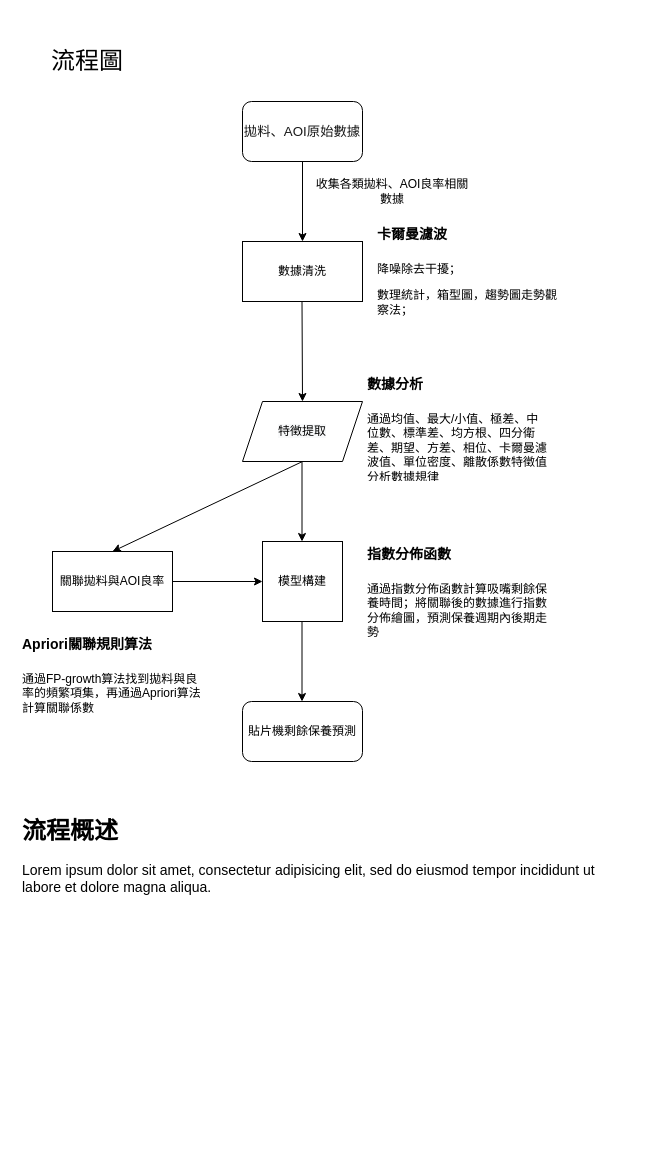
This is Untitled Diagram.drawio from pioneer145790/manual-location, a draw.io file, before an edit. Source tidied: cells renumbered, new cells numbered last; positions are measured from the earlier drawing's top-left corner, leaving out a move shared by most shapes. Both pictures are drawn from the tidied source at 100%, with x=0, y=0 at pixel (17, 51).
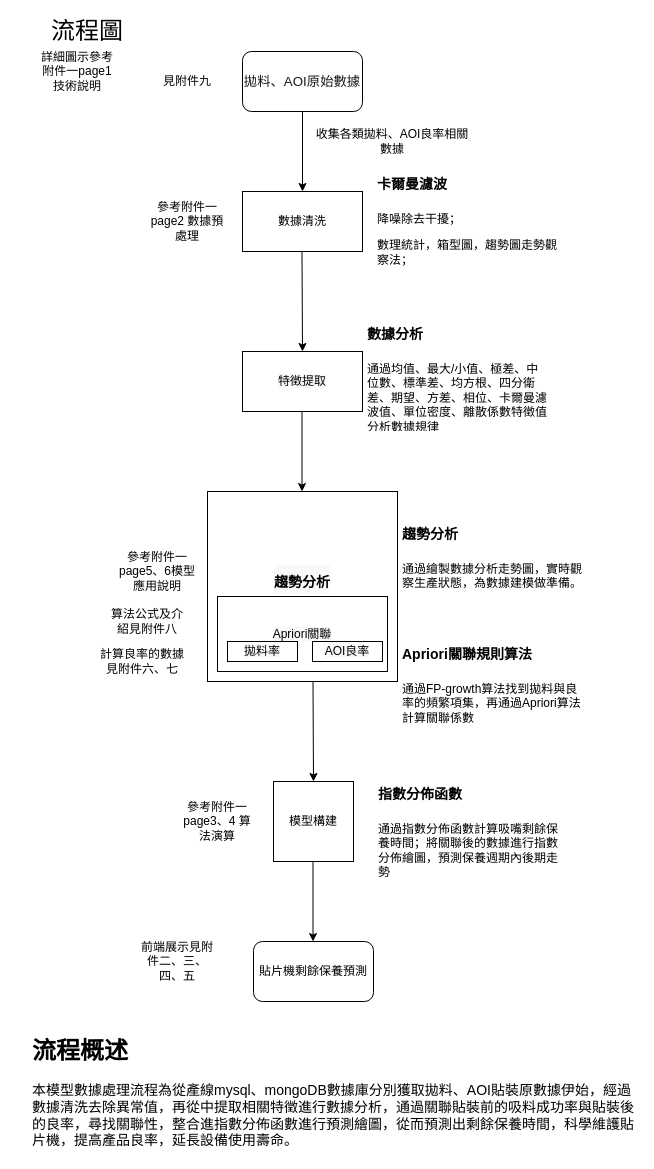
After the change.

The edit, as a diff of the source:
```diff
@@
     <mxCell id="2" style="endArrow=classic;html=1;exitX=0.5;exitY=1;exitDx=0;exitDy=0;" parent="1" edge="1">
       <mxGeometry relative="1" as="geometry">
-        <mxPoint x="285" y="110" as="sourcePoint" />
-        <mxPoint x="285" y="190" as="targetPoint" />
+        <mxPoint x="285" y="60" as="sourcePoint" />
+        <mxPoint x="285" y="140" as="targetPoint" />
       </mxGeometry>
     </mxCell>
     <mxCell id="3" value="&lt;span style=&quot;color: rgb(25 , 25 , 25) ; font-size: 13.3333px&quot;&gt;拋料、AOI原始數據&lt;/span&gt;" style="rounded=1;whiteSpace=wrap;html=1;" parent="1" vertex="1">
-      <mxGeometry x="225" y="50" width="120" height="60" as="geometry" />
+      <mxGeometry x="225" width="120" height="60" as="geometry" />
     </mxCell>
     <mxCell id="4" value="數據清洗" style="rounded=0;whiteSpace=wrap;html=1;" parent="1" vertex="1">
-      <mxGeometry x="225" y="190" width="120" height="60" as="geometry" />
+      <mxGeometry x="225" y="140" width="120" height="60" as="geometry" />
     </mxCell>
     <mxCell id="5" value="&lt;h1&gt;&lt;font style=&quot;font-size: 14px&quot;&gt;卡爾曼濾波&lt;/font&gt;&lt;/h1&gt;&lt;p&gt;降噪除去干擾；&lt;/p&gt;&lt;p&gt;數理統計，箱型圖，趨勢圖走勢觀察法；&lt;br&gt;&lt;/p&gt;" style="text;html=1;strokeColor=none;fillColor=none;spacing=5;spacingTop=-20;whiteSpace=wrap;overflow=hidden;rounded=0;" parent="1" vertex="1">
-      <mxGeometry x="355" y="160" width="190" height="120" as="geometry" />
+      <mxGeometry x="355" y="110" width="190" height="120" as="geometry" />
     </mxCell>
     <mxCell id="6" value="收集各類拋料、AOI良率相關數據" style="text;html=1;strokeColor=none;fillColor=none;align=center;verticalAlign=middle;whiteSpace=wrap;rounded=0;" parent="1" vertex="1">
-      <mxGeometry x="295" y="130" width="160" height="20" as="geometry" />
+      <mxGeometry x="295" y="80" width="160" height="20" as="geometry" />
     </mxCell>
-    <mxCell id="7" style="endArrow=classic;html=1;exitX=0.5;exitY=1;exitDx=0;exitDy=0;entryX=0.5;entryY=0;entryDx=0;entryDy=0;" parent="1" edge="1" target="18">
+    <mxCell id="7" style="endArrow=classic;html=1;exitX=0.5;exitY=1;exitDx=0;exitDy=0;entryX=0.5;entryY=0;entryDx=0;entryDy=0;" parent="1" edge="1">
       <mxGeometry relative="1" as="geometry">
-        <mxPoint x="284.5" y="250" as="sourcePoint" />
+        <mxPoint x="284.5" y="200" as="sourcePoint" />
+        <mxPoint x="285" y="300" as="targetPoint" />
       </mxGeometry>
     </mxCell>
     <mxCell id="8" style="endArrow=classic;html=1;exitX=0.5;exitY=1;exitDx=0;exitDy=0;" parent="1" edge="1">
       <mxGeometry relative="1" as="geometry">
-        <mxPoint x="284.5" y="410" as="sourcePoint" />
-        <mxPoint x="284.5" y="490" as="targetPoint" />
+        <mxPoint x="284.5" y="360" as="sourcePoint" />
+        <mxPoint x="284.5" y="440" as="targetPoint" />
       </mxGeometry>
     </mxCell>
     <mxCell id="9" value="模型構建" style="whiteSpace=wrap;html=1;" parent="1" vertex="1">
-      <mxGeometry x="245" y="490" width="80" height="80" as="geometry" />
+      <mxGeometry x="256" y="730" width="80" height="80" as="geometry" />
     </mxCell>
     <mxCell id="10" style="endArrow=classic;html=1;exitX=0.5;exitY=1;exitDx=0;exitDy=0;" parent="1" edge="1">
       <mxGeometry relative="1" as="geometry">
-        <mxPoint x="284.5" y="570" as="sourcePoint" />
-        <mxPoint x="284.5" y="650" as="targetPoint" />
+        <mxPoint x="295.5" y="810" as="sourcePoint" />
+        <mxPoint x="295.5" y="890" as="targetPoint" />
       </mxGeometry>
     </mxCell>
     <mxCell id="11" value="貼片機剩餘保養預測" style="rounded=1;whiteSpace=wrap;html=1;" parent="1" vertex="1">
-      <mxGeometry x="225" y="650" width="120" height="60" as="geometry" />
+      <mxGeometry x="236" y="890" width="120" height="60" as="geometry" />
     </mxCell>
     <mxCell id="12" value="&lt;h1&gt;&lt;font style=&quot;font-size: 14px&quot;&gt;數據分析&lt;/font&gt;&lt;/h1&gt;&lt;p&gt;通過均值、最大/小值、極差、中位數、標準差、均方根、四分衛差、期望、方差、相位、卡爾曼濾波值、單位密度、離散係數特徵值分析數據規律&lt;/p&gt;" style="text;html=1;strokeColor=none;fillColor=none;spacing=5;spacingTop=-20;whiteSpace=wrap;overflow=hidden;rounded=0;" parent="1" vertex="1">
-      <mxGeometry x="345" y="310" width="190" height="120" as="geometry" />
+      <mxGeometry x="345" y="260" width="190" height="120" as="geometry" />
     </mxCell>
-    <mxCell id="13" style="endArrow=classic;html=1;" parent="1" edge="1">
-      <mxGeometry relative="1" as="geometry">
-        <mxPoint x="285" y="410" as="sourcePoint" />
-        <mxPoint x="95" y="500" as="targetPoint" />
-      </mxGeometry>
-    </mxCell>
-    <mxCell id="14" value="關聯拋料與AOI良率" style="rounded=0;whiteSpace=wrap;html=1;" parent="1" vertex="1">
-      <mxGeometry x="35" y="500" width="120" height="60" as="geometry" />
-    </mxCell>
-    <mxCell id="15" style="endArrow=classic;html=1;exitX=1;exitY=0.5;exitDx=0;exitDy=0;entryX=0;entryY=0.5;entryDx=0;entryDy=0;" parent="1" edge="1" source="14" target="9">
-      <mxGeometry relative="1" as="geometry" />
-    </mxCell>
     <mxCell id="16" value="&lt;h1&gt;&lt;font style=&quot;font-size: 14px&quot;&gt;Apriori關聯規則算法&lt;/font&gt;&lt;/h1&gt;&lt;p&gt;通過FP-growth算法找到拋料與良率的頻繁項集，再通過Apriori算法計算關聯係數&lt;/p&gt;" style="text;html=1;strokeColor=none;fillColor=none;spacing=5;spacingTop=-20;whiteSpace=wrap;overflow=hidden;rounded=0;" parent="1" vertex="1">
-      <mxGeometry y="570" width="190" height="120" as="geometry" />
+      <mxGeometry x="380" y="580" width="190" height="120" as="geometry" />
     </mxCell>
     <mxCell id="17" value="&lt;h1&gt;&lt;span style=&quot;font-size: 14px&quot;&gt;指數分佈函數&lt;/span&gt;&lt;/h1&gt;&lt;p&gt;通過指數分佈函數計算吸嘴剩餘保養時間；將關聯後的數據進行指數分佈繪圖，預測保養週期內後期走勢&lt;/p&gt;" style="text;html=1;strokeColor=none;fillColor=none;spacing=5;spacingTop=-20;whiteSpace=wrap;overflow=hidden;rounded=0;" parent="1" vertex="1">
-      <mxGeometry x="345" y="480" width="190" height="120" as="geometry" />
+      <mxGeometry x="356" y="720" width="190" height="120" as="geometry" />
     </mxCell>
-    <mxCell id="18" value="&lt;span style=&quot;color: rgb(0, 0, 0); font-family: helvetica; font-size: 12px; font-style: normal; font-weight: 400; letter-spacing: normal; text-align: center; text-indent: 0px; text-transform: none; word-spacing: 0px; background-color: rgb(248, 249, 250); display: inline; float: none;&quot;&gt;特徵提取&lt;/span&gt;" style="shape=parallelogram;perimeter=parallelogramPerimeter;whiteSpace=wrap;html=1;fixedSize=1;" parent="1" vertex="1">
-      <mxGeometry x="225" y="350" width="120" height="60" as="geometry" />
-    </mxCell>
-    <mxCell id="19" value="&lt;h1&gt;流程概述&lt;/h1&gt;&lt;p&gt;&lt;font style=&quot;font-size: 14px&quot;&gt;Lorem ipsum dolor sit amet, consectetur adipisicing elit, sed do eiusmod tempor incididunt ut labore et dolore magna aliqua.&lt;/font&gt;&lt;/p&gt;" style="text;html=1;strokeColor=none;fillColor=none;spacing=5;spacingTop=-20;whiteSpace=wrap;overflow=hidden;rounded=0;" parent="1" vertex="1">
-      <mxGeometry y="760" width="610" height="170" as="geometry" />
+    <mxCell id="19" value="&lt;h1&gt;流程概述&lt;/h1&gt;&lt;p&gt;&lt;span style=&quot;font-size: 14px&quot;&gt;本模型數據處理流程為從產線mysql、mongoDB數據庫分別獲取拋料、AOI貼裝原數據伊始，經過數據清洗去除異常值，再從中提取相關特徵進行數據分析，通過關聯貼裝前的吸料成功率與貼裝後的良率，尋找關聯性，整合進指數分佈函數進行預測繪圖，從而預測出剩餘保養時間，科學維護貼片機，提高產品良率，延長設備使用壽命。&lt;/span&gt;&lt;/p&gt;" style="text;html=1;strokeColor=none;fillColor=none;spacing=5;spacingTop=-20;whiteSpace=wrap;overflow=hidden;rounded=0;" parent="1" vertex="1">
+      <mxGeometry x="10" y="980" width="610" height="120" as="geometry" />
     </mxCell>
     <mxCell id="20" value="&lt;font style=&quot;font-size: 24px&quot;&gt;流程圖&lt;/font&gt;" style="text;html=1;strokeColor=none;fillColor=none;align=center;verticalAlign=middle;whiteSpace=wrap;rounded=0;" parent="1" vertex="1">
-      <mxGeometry x="10" width="120" height="20" as="geometry" />
+      <mxGeometry x="10" y="-30" width="120" height="20" as="geometry" />
     </mxCell>
+    <mxCell id="21" style="endArrow=classic;html=1;exitX=0.5;exitY=1;exitDx=0;exitDy=0;entryX=0.5;entryY=0;entryDx=0;entryDy=0;" parent="1" edge="1">
+      <mxGeometry relative="1" as="geometry">
+        <mxPoint x="295.5" y="630" as="sourcePoint" />
+        <mxPoint x="296" y="730" as="targetPoint" />
+      </mxGeometry>
+    </mxCell>
+    <mxCell id="22" value="&lt;h1&gt;&lt;font style=&quot;font-size: 14px&quot;&gt;趨勢分析&lt;/font&gt;&lt;/h1&gt;&lt;p&gt;通過繪製數據分析走勢圖，實時觀察生產狀態，為數據建模做準備。&lt;/p&gt;" style="text;html=1;strokeColor=none;fillColor=none;spacing=5;spacingTop=-20;whiteSpace=wrap;overflow=hidden;rounded=0;" parent="1" vertex="1">
+      <mxGeometry x="380" y="460" width="190" height="120" as="geometry" />
+    </mxCell>
+    <mxCell id="18" value="&lt;span style=&quot;color: rgb(0, 0, 0); font-family: helvetica; font-size: 12px; font-style: normal; font-weight: 400; letter-spacing: normal; text-align: center; text-indent: 0px; text-transform: none; word-spacing: 0px; background-color: rgb(248, 249, 250); display: inline; float: none;&quot;&gt;特徵提取&lt;/span&gt;" style="rounded=0;whiteSpace=wrap;html=1;" parent="1" vertex="1">
+      <mxGeometry x="225" y="300" width="120" height="60" as="geometry" />
+    </mxCell>
+    <mxCell id="23" value="&lt;h1 style=&quot;color: rgb(0 , 0 , 0) ; font-family: &amp;#34;helvetica&amp;#34; ; font-style: normal ; letter-spacing: normal ; text-indent: 0px ; text-transform: none ; word-spacing: 0px ; background-color: rgb(248 , 249 , 250)&quot;&gt;&lt;font style=&quot;font-size: 14px&quot;&gt;趨勢分析&lt;/font&gt;&lt;/h1&gt;&lt;div&gt;&lt;br&gt;&lt;/div&gt;" style="whiteSpace=wrap;html=1;align=center;" parent="1" vertex="1">
+      <mxGeometry x="190" y="440" width="190" height="190" as="geometry" />
+    </mxCell>
+    <mxCell id="24" value="&lt;span style=&quot;color: rgb(0 , 0 , 0) ; font-family: &amp;#34;helvetica&amp;#34; ; font-size: 12px ; font-style: normal ; font-weight: 400 ; letter-spacing: normal ; text-align: center ; text-indent: 0px ; text-transform: none ; word-spacing: 0px ; background-color: rgb(248 , 249 , 250) ; display: inline ; float: none&quot;&gt;Apriori關聯&lt;/span&gt;" style="rounded=0;whiteSpace=wrap;html=1;" parent="1" vertex="1">
+      <mxGeometry x="200" y="545" width="170" height="75" as="geometry" />
+    </mxCell>
+    <mxCell id="25" value="&lt;span style=&quot;color: rgb(0, 0, 0); font-family: helvetica; font-size: 12px; font-style: normal; font-weight: 400; letter-spacing: normal; text-align: center; text-indent: 0px; text-transform: none; word-spacing: 0px; background-color: rgb(248, 249, 250); display: inline; float: none;&quot;&gt;AOI良率&lt;/span&gt;" style="rounded=0;whiteSpace=wrap;html=1;" parent="1" vertex="1">
+      <mxGeometry x="295" y="590" width="70" height="20" as="geometry" />
+    </mxCell>
+    <mxCell id="26" value="&lt;span style=&quot;color: rgb(0, 0, 0); font-family: helvetica; font-size: 12px; font-style: normal; font-weight: 400; letter-spacing: normal; text-align: center; text-indent: 0px; text-transform: none; word-spacing: 0px; background-color: rgb(248, 249, 250); display: inline; float: none;&quot;&gt;拋料率&lt;/span&gt;" style="rounded=0;whiteSpace=wrap;html=1;" parent="1" vertex="1">
+      <mxGeometry x="210" y="590" width="70" height="20" as="geometry" />
+    </mxCell>
+    <mxCell id="27" value="參考附件一page2 數據預處理" style="text;html=1;strokeColor=none;fillColor=none;align=center;verticalAlign=middle;whiteSpace=wrap;rounded=0;" parent="1" vertex="1">
+      <mxGeometry x="130" y="160" width="80" height="20" as="geometry" />
+    </mxCell>
+    <mxCell id="28" value="參考附件一page5、6模型應用說明" style="text;html=1;strokeColor=none;fillColor=none;align=center;verticalAlign=middle;whiteSpace=wrap;rounded=0;" parent="1" vertex="1">
+      <mxGeometry x="100" y="510" width="80" height="20" as="geometry" />
+    </mxCell>
+    <mxCell id="29" value="參考附件一page3、4 算法演算" style="text;html=1;strokeColor=none;fillColor=none;align=center;verticalAlign=middle;whiteSpace=wrap;rounded=0;" parent="1" vertex="1">
+      <mxGeometry x="160" y="760" width="80" height="20" as="geometry" />
+    </mxCell>
+    <mxCell id="30" value="詳細圖示參考附件一page1 技術說明" style="text;html=1;strokeColor=none;fillColor=none;align=center;verticalAlign=middle;whiteSpace=wrap;rounded=0;" parent="1" vertex="1">
+      <mxGeometry x="20" y="10" width="80" height="20" as="geometry" />
+    </mxCell>
+    <mxCell id="31" value="見附件九" style="text;html=1;strokeColor=none;fillColor=none;align=center;verticalAlign=middle;whiteSpace=wrap;rounded=0;" parent="1" vertex="1">
+      <mxGeometry x="130" y="20" width="80" height="20" as="geometry" />
+    </mxCell>
+    <mxCell id="32" value="算法公式及介紹見附件八" style="text;html=1;strokeColor=none;fillColor=none;align=center;verticalAlign=middle;whiteSpace=wrap;rounded=0;" parent="1" vertex="1">
+      <mxGeometry x="90" y="560" width="80" height="20" as="geometry" />
+    </mxCell>
+    <mxCell id="33" value="計算良率的數據見附件六、七" style="text;html=1;strokeColor=none;fillColor=none;align=center;verticalAlign=middle;whiteSpace=wrap;rounded=0;" parent="1" vertex="1">
+      <mxGeometry x="80" y="600" width="90" height="20" as="geometry" />
+    </mxCell>
+    <mxCell id="34" value="前端展示見附件二、三、四、五" style="text;html=1;strokeColor=none;fillColor=none;align=center;verticalAlign=middle;whiteSpace=wrap;rounded=0;" parent="1" vertex="1">
+      <mxGeometry x="120" y="900" width="80" height="20" as="geometry" />
+    </mxCell>
```
